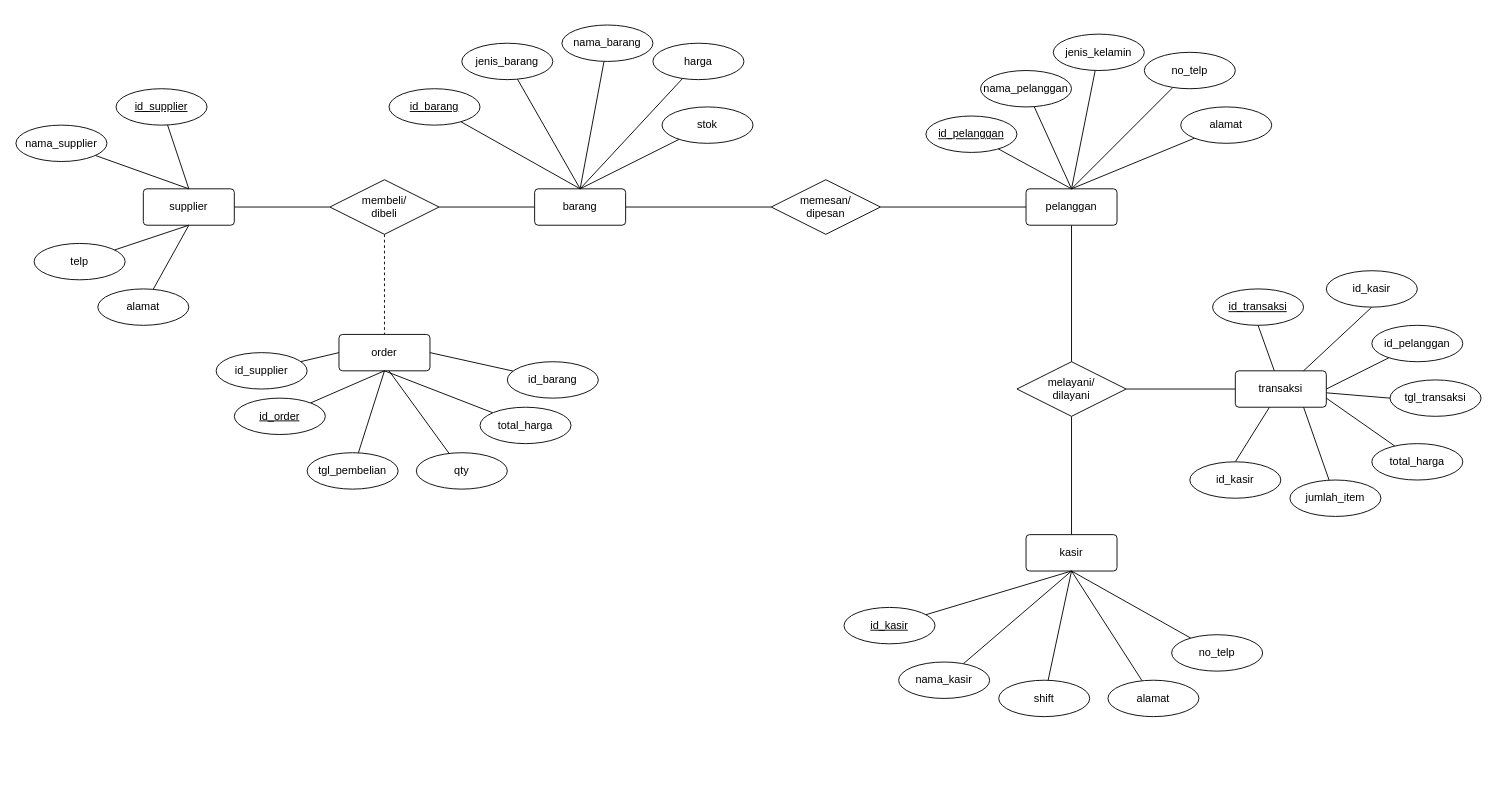
akbarzaqi/tp-basdat keeps this draw.io diagram as erd.drawio. Above is the earlier version. Source tidied: cells renumbered, new cells numbered last; positions are measured from the earlier drawing's top-left corner, leaving out a move shared by most shapes. Both pictures are drawn from the tidied source at 91%, with x=0, y=0 at pixel (15, 25).
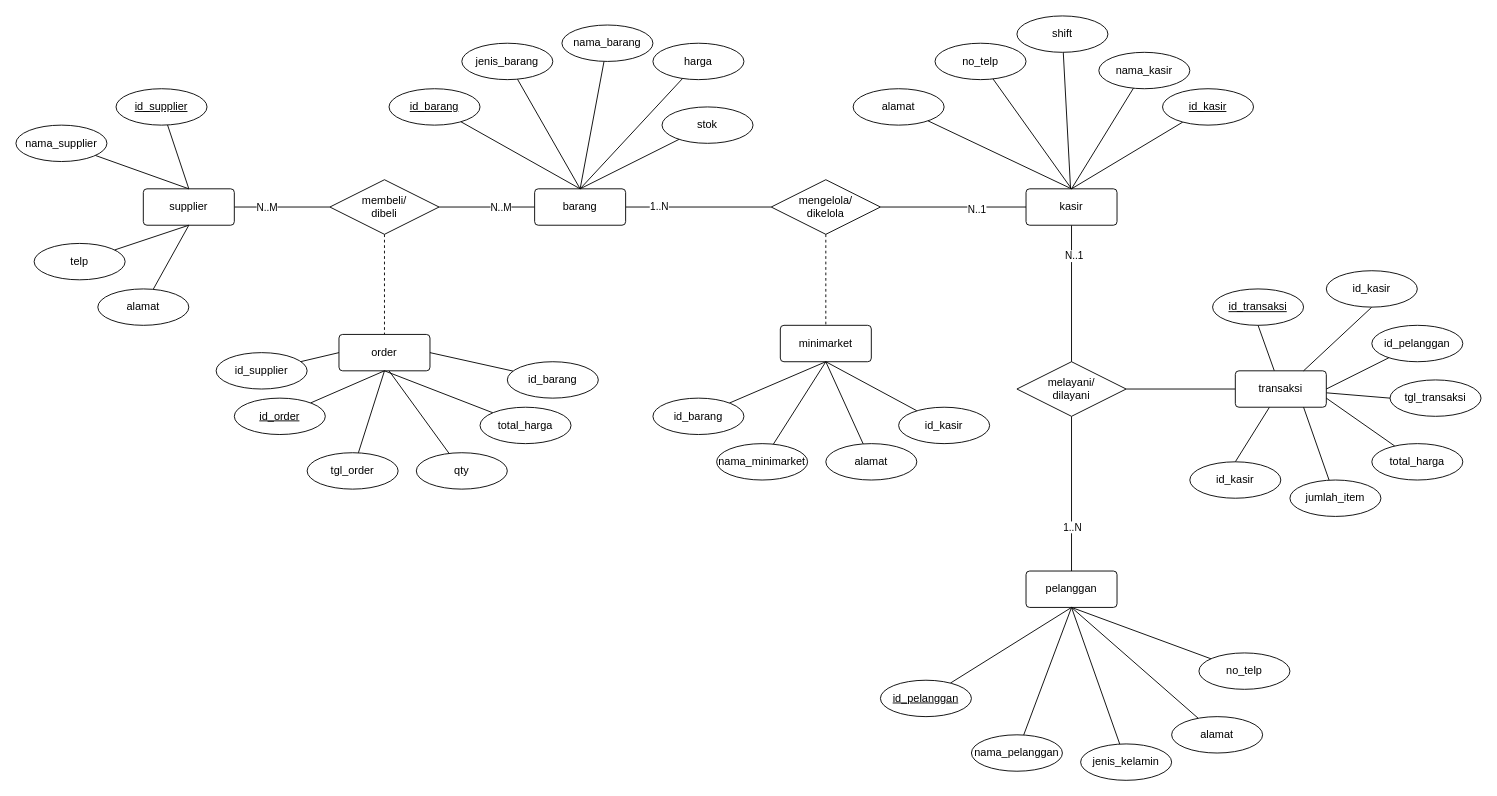
After the change.

Commit message (it also covers changes not shown here):
change erd flow

The change refers to these unchanged cells:
```xml
<mxCell id="2" style="edgeStyle=none;html=1;entryX=0;entryY=0.5;entryDx=0;entryDy=0;endArrow=none;endFill=0;" parent="1" edge="1" source="3" target="14">
  <mxGeometry relative="1" as="geometry" />
</mxCell>
<mxCell id="12" style="edgeStyle=none;html=1;entryX=0;entryY=0.5;entryDx=0;entryDy=0;endArrow=none;endFill=0;" parent="1" edge="1" source="14" target="16">
  <mxGeometry relative="1" as="geometry" />
</mxCell>
<mxCell id="15" style="edgeStyle=none;html=1;entryX=0;entryY=0.5;entryDx=0;entryDy=0;endArrow=none;endFill=0;" parent="1" edge="1" source="16" target="39">
  <mxGeometry relative="1" as="geometry" />
</mxCell>
<mxCell id="42" value="melayani/&lt;br&gt;dilayani" style="shape=rhombus;perimeter=rhombusPerimeter;whiteSpace=wrap;html=1;align=center;" parent="1" vertex="1">
  <mxGeometry x="1100" y="370" width="120" height="60" as="geometry" />
</mxCell>
```

Diff of the diagram source:
```diff
@@
+    <mxCell id="83" value="N..M" style="edgeLabel;html=1;align=center;verticalAlign=middle;" parent="2" vertex="1">
+      <mxGeometry x="-0.34" relative="1" as="geometry" />
+    </mxCell>
@@
+    <mxCell id="84" value="N..M" style="edgeLabel;html=1;align=center;verticalAlign=middle;" parent="12" vertex="1">
+      <mxGeometry x="0.27" relative="1" as="geometry" />
+    </mxCell>
@@
+    <mxCell id="85" value="1..N" style="edgeLabel;html=1;align=center;verticalAlign=middle;" parent="15" vertex="1">
+      <mxGeometry x="-0.55" y="1" relative="1" as="geometry" />
+    </mxCell>
@@
-    <mxCell id="31" value="tgl_pembelian" style="ellipse;whiteSpace=wrap;html=1;align=center;" parent="1" vertex="1">
+    <mxCell id="31" value="tgl_order" style="ellipse;whiteSpace=wrap;html=1;align=center;" parent="1" vertex="1">
       <mxGeometry x="320" y="470" width="100" height="40" as="geometry" />
     </mxCell>
@@
-    <mxCell id="36" style="edgeStyle=none;html=1;entryX=0.5;entryY=0;entryDx=0;entryDy=0;endArrow=none;endFill=0;" parent="1" edge="1" source="37" target="42">
-      <mxGeometry relative="1" as="geometry" />
-    </mxCell>
     <mxCell id="37" value="pelanggan" style="rounded=1;arcSize=10;whiteSpace=wrap;html=1;align=center;" parent="1" vertex="1">
-      <mxGeometry x="1110" y="180" width="100" height="40" as="geometry" />
+      <mxGeometry x="1110" y="600" width="100" height="40" as="geometry" />
     </mxCell>
-    <mxCell id="38" style="edgeStyle=none;html=1;entryX=0;entryY=0.5;entryDx=0;entryDy=0;endArrow=none;endFill=0;" parent="1" edge="1" source="39" target="37">
-      <mxGeometry relative="1" as="geometry" />
-    </mxCell>
+    <mxCell id="86" style="edgeStyle=none;html=1;endArrow=none;endFill=0;dashed=1;" parent="1" edge="1" source="39" target="101">
+      <mxGeometry relative="1" as="geometry" />
+    </mxCell>
-    <mxCell id="39" value="memesan/&lt;br&gt;dipesan" style="shape=rhombus;perimeter=rhombusPerimeter;whiteSpace=wrap;html=1;align=center;" parent="1" vertex="1">
+    <mxCell id="39" value="mengelola/&lt;br&gt;dikelola" style="shape=rhombus;perimeter=rhombusPerimeter;whiteSpace=wrap;html=1;align=center;" parent="1" vertex="1">
       <mxGeometry x="830" y="170" width="120" height="60" as="geometry" />
     </mxCell>
-    <mxCell id="40" style="edgeStyle=none;html=1;entryX=0.5;entryY=0;entryDx=0;entryDy=0;endArrow=none;endFill=0;" parent="1" edge="1" source="42" target="43">
-      <mxGeometry relative="1" as="geometry" />
-    </mxCell>
@@
+    <mxCell id="87" style="edgeStyle=none;html=1;endArrow=none;endFill=0;" parent="1" edge="1" source="42" target="37">
+      <mxGeometry relative="1" as="geometry" />
+    </mxCell>
+    <mxCell id="88" value="1..N" style="edgeLabel;html=1;align=center;verticalAlign=middle;" parent="87" vertex="1">
+      <mxGeometry x="0.42" relative="1" as="geometry" />
+    </mxCell>
@@
+    <mxCell id="89" style="edgeStyle=none;html=1;endArrow=none;endFill=0;" parent="1" edge="1" source="43" target="42">
+      <mxGeometry relative="1" as="geometry" />
+    </mxCell>
+    <mxCell id="90" value="N..1" style="edgeLabel;html=1;align=center;verticalAlign=middle;" parent="89" vertex="1">
+      <mxGeometry x="-0.56" y="2" relative="1" as="geometry" />
+    </mxCell>
+    <mxCell id="91" style="edgeStyle=none;html=1;entryX=1;entryY=0.5;entryDx=0;entryDy=0;endArrow=none;endFill=0;" parent="1" edge="1" source="43" target="39">
+      <mxGeometry relative="1" as="geometry" />
+    </mxCell>
+    <mxCell id="92" value="N..1" style="edgeLabel;html=1;align=center;verticalAlign=middle;" parent="91" vertex="1">
+      <mxGeometry x="-0.31" y="2" relative="1" as="geometry" />
+    </mxCell>
     <mxCell id="43" value="kasir" style="rounded=1;arcSize=10;whiteSpace=wrap;html=1;align=center;" parent="1" vertex="1">
-      <mxGeometry x="1110" y="560" width="100" height="40" as="geometry" />
+      <mxGeometry x="1110" y="180" width="100" height="40" as="geometry" />
     </mxCell>
@@
-    <mxCell id="62" style="edgeStyle=none;html=1;entryX=0.5;entryY=0;entryDx=0;entryDy=0;endArrow=none;endFill=0;" parent="1" edge="1" source="63" target="37">
+    <mxCell id="62" style="edgeStyle=none;html=1;entryX=0.5;entryY=1;entryDx=0;entryDy=0;endArrow=none;endFill=0;" parent="1" edge="1" source="63" target="37">
       <mxGeometry relative="1" as="geometry" />
     </mxCell>
     <mxCell id="63" value="id_pelanggan" style="ellipse;whiteSpace=wrap;html=1;align=center;fontStyle=4;" parent="1" vertex="1">
-      <mxGeometry x="1000" y="100" width="100" height="40" as="geometry" />
+      <mxGeometry x="950" y="720" width="100" height="40" as="geometry" />
     </mxCell>
-    <mxCell id="64" style="edgeStyle=none;html=1;entryX=0.5;entryY=0;entryDx=0;entryDy=0;endArrow=none;endFill=0;" parent="1" edge="1" source="65" target="37">
-      <mxGeometry relative="1" as="geometry" />
-    </mxCell>
+    <mxCell id="93" style="edgeStyle=none;html=1;endArrow=none;endFill=0;" parent="1" edge="1" source="65">
+      <mxGeometry relative="1" as="geometry">
+        <mxPoint x="1160" y="640" as="targetPoint" />
+      </mxGeometry>
+    </mxCell>
     <mxCell id="65" value="nama_pelanggan" style="ellipse;whiteSpace=wrap;html=1;align=center;" parent="1" vertex="1">
-      <mxGeometry x="1060" y="50" width="100" height="40" as="geometry" />
+      <mxGeometry x="1050" y="780" width="100" height="40" as="geometry" />
     </mxCell>
-    <mxCell id="66" style="edgeStyle=none;html=1;endArrow=none;endFill=0;" parent="1" edge="1" source="67">
-      <mxGeometry relative="1" as="geometry">
-        <mxPoint x="1160" y="180" as="targetPoint" />
-      </mxGeometry>
-    </mxCell>
+    <mxCell id="94" style="edgeStyle=none;html=1;endArrow=none;endFill=0;" parent="1" edge="1" source="67">
+      <mxGeometry relative="1" as="geometry">
+        <mxPoint x="1160" y="640" as="targetPoint" />
+      </mxGeometry>
+    </mxCell>
     <mxCell id="67" value="jenis_kelamin" style="ellipse;whiteSpace=wrap;html=1;align=center;" parent="1" vertex="1">
-      <mxGeometry x="1140" y="10" width="100" height="40" as="geometry" />
+      <mxGeometry x="1170" y="790" width="100" height="40" as="geometry" />
     </mxCell>
-    <mxCell id="68" style="edgeStyle=none;html=1;entryX=0.5;entryY=0;entryDx=0;entryDy=0;endArrow=none;endFill=0;" parent="1" edge="1" source="69" target="37">
-      <mxGeometry relative="1" as="geometry" />
-    </mxCell>
+    <mxCell id="95" style="edgeStyle=none;html=1;endArrow=none;endFill=0;" parent="1" edge="1" source="69">
+      <mxGeometry relative="1" as="geometry">
+        <mxPoint x="1160" y="640" as="targetPoint" />
+      </mxGeometry>
+    </mxCell>
     <mxCell id="69" value="no_telp" style="ellipse;whiteSpace=wrap;html=1;align=center;" parent="1" vertex="1">
-      <mxGeometry x="1240" y="30" width="100" height="40" as="geometry" />
+      <mxGeometry x="1300" y="690" width="100" height="40" as="geometry" />
     </mxCell>
-    <mxCell id="70" style="edgeStyle=none;html=1;entryX=0.5;entryY=0;entryDx=0;entryDy=0;endArrow=none;endFill=0;" parent="1" edge="1" source="71" target="37">
-      <mxGeometry relative="1" as="geometry" />
-    </mxCell>
+    <mxCell id="96" style="edgeStyle=none;html=1;endArrow=none;endFill=0;" parent="1" edge="1" source="71">
+      <mxGeometry relative="1" as="geometry">
+        <mxPoint x="1160" y="640" as="targetPoint" />
+      </mxGeometry>
+    </mxCell>
     <mxCell id="71" value="alamat" style="ellipse;whiteSpace=wrap;html=1;align=center;" parent="1" vertex="1">
-      <mxGeometry x="1280" y="90" width="100" height="40" as="geometry" />
+      <mxGeometry x="1270" y="760" width="100" height="40" as="geometry" />
     </mxCell>
-    <mxCell id="72" style="edgeStyle=none;html=1;entryX=0.5;entryY=1;entryDx=0;entryDy=0;endArrow=none;endFill=0;" parent="1" edge="1" source="73" target="43">
-      <mxGeometry relative="1" as="geometry" />
-    </mxCell>
+    <mxCell id="97" style="edgeStyle=none;html=1;endArrow=none;endFill=0;" parent="1" edge="1" source="73">
+      <mxGeometry relative="1" as="geometry">
+        <mxPoint x="1160" y="180" as="targetPoint" />
+      </mxGeometry>
+    </mxCell>
     <mxCell id="73" value="id_kasir" style="ellipse;whiteSpace=wrap;html=1;align=center;fontStyle=4;" parent="1" vertex="1">
-      <mxGeometry x="910" y="640" width="100" height="40" as="geometry" />
+      <mxGeometry x="1260" y="70" width="100" height="40" as="geometry" />
     </mxCell>
-    <mxCell id="74" style="edgeStyle=none;html=1;endArrow=none;endFill=0;" parent="1" edge="1" source="75">
-      <mxGeometry relative="1" as="geometry">
-        <mxPoint x="1160" y="600" as="targetPoint" />
-      </mxGeometry>
-    </mxCell>
+    <mxCell id="98" style="edgeStyle=none;html=1;entryX=0.5;entryY=0;entryDx=0;entryDy=0;endArrow=none;endFill=0;" parent="1" edge="1" source="75" target="43">
+      <mxGeometry relative="1" as="geometry" />
+    </mxCell>
     <mxCell id="75" value="nama_kasir" style="ellipse;whiteSpace=wrap;html=1;align=center;" parent="1" vertex="1">
-      <mxGeometry x="970" y="700" width="100" height="40" as="geometry" />
+      <mxGeometry x="1190" y="30" width="100" height="40" as="geometry" />
     </mxCell>
-    <mxCell id="76" style="edgeStyle=none;html=1;endArrow=none;endFill=0;" parent="1" edge="1" source="77">
-      <mxGeometry relative="1" as="geometry">
-        <mxPoint x="1160" y="600" as="targetPoint" />
-      </mxGeometry>
-    </mxCell>
+    <mxCell id="99" style="edgeStyle=none;html=1;endArrow=none;endFill=0;" parent="1" edge="1" source="77" target="43">
+      <mxGeometry relative="1" as="geometry" />
+    </mxCell>
     <mxCell id="77" value="shift" style="ellipse;whiteSpace=wrap;html=1;align=center;" parent="1" vertex="1">
-      <mxGeometry x="1080" y="720" width="100" height="40" as="geometry" />
+      <mxGeometry x="1100" y="-10" width="100" height="40" as="geometry" />
     </mxCell>
-    <mxCell id="78" style="edgeStyle=none;html=1;endArrow=none;endFill=0;" parent="1" edge="1" source="79">
-      <mxGeometry relative="1" as="geometry">
-        <mxPoint x="1160" y="600" as="targetPoint" />
-      </mxGeometry>
-    </mxCell>
+    <mxCell id="100" style="edgeStyle=none;html=1;entryX=0.5;entryY=0;entryDx=0;entryDy=0;endArrow=none;endFill=0;" parent="1" edge="1" source="79" target="43">
+      <mxGeometry relative="1" as="geometry" />
+    </mxCell>
     <mxCell id="79" value="alamat" style="ellipse;whiteSpace=wrap;html=1;align=center;" parent="1" vertex="1">
-      <mxGeometry x="1200" y="720" width="100" height="40" as="geometry" />
+      <mxGeometry x="920" y="70" width="100" height="40" as="geometry" />
     </mxCell>
-    <mxCell id="80" style="edgeStyle=none;html=1;entryX=0.5;entryY=1;entryDx=0;entryDy=0;endArrow=none;endFill=0;" parent="1" edge="1" source="81" target="43">
+    <mxCell id="80" style="edgeStyle=none;html=1;entryX=0.5;entryY=0;entryDx=0;entryDy=0;endArrow=none;endFill=0;" parent="1" edge="1" source="81" target="43">
       <mxGeometry relative="1" as="geometry" />
     </mxCell>
     <mxCell id="81" value="no_telp" style="ellipse;whiteSpace=wrap;html=1;align=center;" parent="1" vertex="1">
-      <mxGeometry x="1270" y="670" width="100" height="40" as="geometry" />
+      <mxGeometry x="1010" y="20" width="100" height="40" as="geometry" />
     </mxCell>
@@
+    <mxCell id="101" value="minimarket" style="rounded=1;arcSize=10;whiteSpace=wrap;html=1;align=center;" parent="1" vertex="1">
+      <mxGeometry x="840" y="330" width="100" height="40" as="geometry" />
+    </mxCell>
+    <mxCell id="102" style="edgeStyle=none;html=1;entryX=0.5;entryY=1;entryDx=0;entryDy=0;endArrow=none;endFill=0;" parent="1" edge="1" source="103" target="101">
+      <mxGeometry relative="1" as="geometry" />
+    </mxCell>
+    <mxCell id="103" value="id_barang" style="ellipse;whiteSpace=wrap;html=1;align=center;" parent="1" vertex="1">
+      <mxGeometry x="700" y="410" width="100" height="40" as="geometry" />
+    </mxCell>
+    <mxCell id="104" style="edgeStyle=none;html=1;entryX=0.5;entryY=1;entryDx=0;entryDy=0;endArrow=none;endFill=0;" parent="1" edge="1" source="105" target="101">
+      <mxGeometry relative="1" as="geometry" />
+    </mxCell>
+    <mxCell id="105" value="nama_minimarket" style="ellipse;whiteSpace=wrap;html=1;align=center;" parent="1" vertex="1">
+      <mxGeometry x="770" y="460" width="100" height="40" as="geometry" />
+    </mxCell>
+    <mxCell id="106" style="edgeStyle=none;html=1;entryX=0.5;entryY=1;entryDx=0;entryDy=0;endArrow=none;endFill=0;" parent="1" edge="1" source="107" target="101">
+      <mxGeometry relative="1" as="geometry" />
+    </mxCell>
+    <mxCell id="107" value="alamat" style="ellipse;whiteSpace=wrap;html=1;align=center;" parent="1" vertex="1">
+      <mxGeometry x="890" y="460" width="100" height="40" as="geometry" />
+    </mxCell>
+    <mxCell id="108" style="edgeStyle=none;html=1;entryX=0.5;entryY=1;entryDx=0;entryDy=0;endArrow=none;endFill=0;" parent="1" edge="1" source="109" target="101">
+      <mxGeometry relative="1" as="geometry" />
+    </mxCell>
+    <mxCell id="109" value="id_kasir" style="ellipse;whiteSpace=wrap;html=1;align=center;" parent="1" vertex="1">
+      <mxGeometry x="970" y="420" width="100" height="40" as="geometry" />
+    </mxCell>
```
